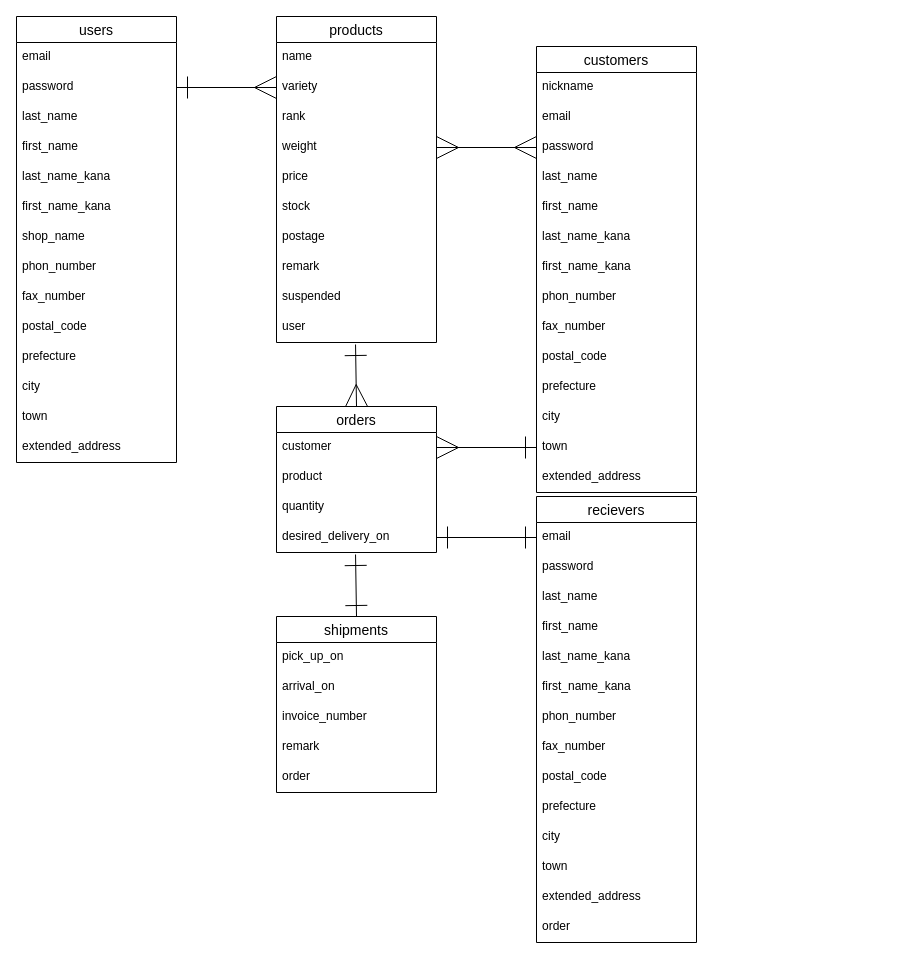
This is ERD.dio from satoru0725/pearsales2_app, a draw.io file, before an edit. Source tidied: cells renumbered, new cells numbered last; positions are measured from the earlier drawing's top-left corner, leaving out a move shared by most shapes. Both pictures are drawn from the tidied source at 100%, with x=0, y=0 at pixel (16, 16).
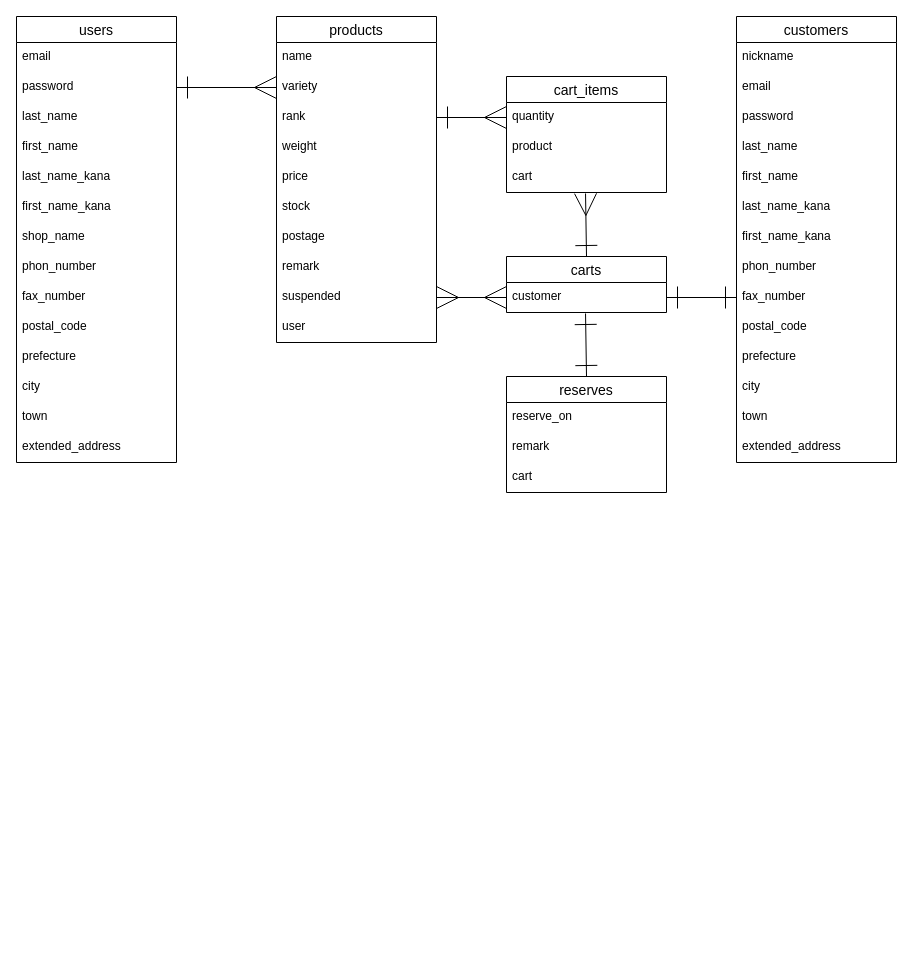
The same page after the edit.

Unchanged cells that the change refers to:
```xml
<mxCell id="4" value="password" style="text;strokeColor=none;fillColor=none;spacingLeft=4;spacingRight=4;overflow=hidden;points=[[0,0.5],[1,0.5]];portConstraint=eastwest;fontSize=12;" parent="2" vertex="1">
  <mxGeometry y="56" width="160" height="30" as="geometry" />
</mxCell>
<mxCell id="20" value="password" style="text;strokeColor=none;fillColor=none;spacingLeft=4;spacingRight=4;overflow=hidden;points=[[0,0.5],[1,0.5]];portConstraint=eastwest;fontSize=12;" parent="17" vertex="1">
  <mxGeometry y="86" width="160" height="30" as="geometry" />
</mxCell>
<mxCell id="26" value="fax_number" style="text;strokeColor=none;fillColor=none;spacingLeft=4;spacingRight=4;overflow=hidden;points=[[0,0.5],[1,0.5]];portConstraint=eastwest;fontSize=12;" parent="17" vertex="1">
  <mxGeometry y="266" width="160" height="30" as="geometry" />
</mxCell>
<mxCell id="30" value="town" style="text;strokeColor=none;fillColor=none;spacingLeft=4;spacingRight=4;overflow=hidden;points=[[0,0.5],[1,0.5]];portConstraint=eastwest;fontSize=12;" parent="17" vertex="1">
  <mxGeometry y="386" width="160" height="30" as="geometry" />
</mxCell>
<mxCell id="34" value="variety" style="text;strokeColor=none;fillColor=none;spacingLeft=4;spacingRight=4;overflow=hidden;points=[[0,0.5],[1,0.5]];portConstraint=eastwest;fontSize=12;" parent="32" vertex="1">
  <mxGeometry y="56" width="160" height="30" as="geometry" />
</mxCell>
<mxCell id="35" value="rank" style="text;strokeColor=none;fillColor=none;spacingLeft=4;spacingRight=4;overflow=hidden;points=[[0,0.5],[1,0.5]];portConstraint=eastwest;fontSize=12;" parent="32" vertex="1">
  <mxGeometry y="86" width="160" height="30" as="geometry" />
</mxCell>
<mxCell id="36" value="weight" style="text;strokeColor=none;fillColor=none;spacingLeft=4;spacingRight=4;overflow=hidden;points=[[0,0.5],[1,0.5]];portConstraint=eastwest;fontSize=12;" parent="32" vertex="1">
  <mxGeometry y="116" width="160" height="30" as="geometry" />
</mxCell>
<mxCell id="41" value="suspended" style="text;strokeColor=none;fillColor=none;spacingLeft=4;spacingRight=4;overflow=hidden;points=[[0,0.5],[1,0.5]];portConstraint=eastwest;fontSize=12;" parent="32" vertex="1">
  <mxGeometry y="266" width="160" height="30" as="geometry" />
</mxCell>
<mxCell id="42" value="user" style="text;strokeColor=none;fillColor=none;spacingLeft=4;spacingRight=4;overflow=hidden;points=[[0,0.5],[1,0.5]];portConstraint=eastwest;fontSize=12;" parent="32" vertex="1">
  <mxGeometry y="296" width="160" height="30" as="geometry" />
</mxCell>
```

Diff of the diagram source:
```diff
@@
     <mxCell id="17" value="customers" style="swimlane;fontStyle=0;horizontal=1;startSize=26;align=center;fontSize=14;" parent="1" vertex="1">
-      <mxGeometry x="520" y="30" width="160" height="446" as="geometry" />
+      <mxGeometry x="720" width="160" height="446" as="geometry" />
     </mxCell>
@@
-    <mxCell id="43" style="edgeStyle=none;html=1;exitX=0.5;exitY=0;exitDx=0;exitDy=0;entryX=0.494;entryY=1.067;entryDx=0;entryDy=0;entryPerimeter=0;startArrow=ERmany;startFill=0;endArrow=ERone;endFill=0;startSize=20;endSize=20;strokeWidth=1;" parent="1" edge="1" source="44" target="42">
-      <mxGeometry relative="1" as="geometry" />
-    </mxCell>
-    <mxCell id="44" value="orders" style="swimlane;fontStyle=0;horizontal=1;startSize=26;align=center;fontSize=14;" parent="1" vertex="1">
-      <mxGeometry x="260" y="390" width="160" height="146" as="geometry" />
-    </mxCell>
+    <mxCell id="71" style="edgeStyle=none;html=1;exitX=1;exitY=0.5;exitDx=0;exitDy=0;entryX=0;entryY=0.5;entryDx=0;entryDy=0;endArrow=ERmany;endFill=0;startSize=20;startArrow=ERone;startFill=0;strokeWidth=1;endSize=20;" parent="1" edge="1" source="4" target="34">
+      <mxGeometry relative="1" as="geometry" />
+    </mxCell>
+    <mxCell id="75" style="edgeStyle=none;html=1;exitX=0.5;exitY=0;exitDx=0;exitDy=0;entryX=0.494;entryY=1.033;entryDx=0;entryDy=0;entryPerimeter=0;startArrow=ERone;startFill=0;endArrow=ERmany;endFill=0;startSize=20;endSize=20;" parent="1" edge="1" source="76" target="78">
+      <mxGeometry relative="1" as="geometry" />
+    </mxCell>
+    <mxCell id="76" value="carts" style="swimlane;fontStyle=0;horizontal=1;startSize=26;align=center;fontSize=14;" parent="1" vertex="1">
+      <mxGeometry x="490" y="240" width="160" height="56" as="geometry" />
+    </mxCell>
-    <mxCell id="45" value="customer" style="text;strokeColor=none;fillColor=none;spacingLeft=4;spacingRight=4;overflow=hidden;points=[[0,0.5],[1,0.5]];portConstraint=eastwest;fontSize=12;" parent="44" vertex="1">
+    <mxCell id="45" value="customer" style="text;strokeColor=none;fillColor=none;spacingLeft=4;spacingRight=4;overflow=hidden;points=[[0,0.5],[1,0.5]];portConstraint=eastwest;fontSize=12;" parent="76" vertex="1">
       <mxGeometry y="26" width="160" height="30" as="geometry" />
     </mxCell>
+    <mxCell id="77" value="cart_items" style="swimlane;fontStyle=0;horizontal=1;startSize=26;align=center;fontSize=14;" parent="1" vertex="1">
+      <mxGeometry x="490" y="60" width="160" height="116" as="geometry" />
+    </mxCell>
+    <mxCell id="47" value="quantity" style="text;strokeColor=none;fillColor=none;spacingLeft=4;spacingRight=4;overflow=hidden;points=[[0,0.5],[1,0.5]];portConstraint=eastwest;fontSize=12;" parent="77" vertex="1">
+      <mxGeometry y="26" width="160" height="30" as="geometry" />
+    </mxCell>
-    <mxCell id="46" value="product" style="text;strokeColor=none;fillColor=none;spacingLeft=4;spacingRight=4;overflow=hidden;fontSize=12;" parent="44" vertex="1">
+    <mxCell id="46" value="product" style="text;strokeColor=none;fillColor=none;spacingLeft=4;spacingRight=4;overflow=hidden;fontSize=12;" parent="77" vertex="1">
       <mxGeometry y="56" width="160" height="30" as="geometry" />
     </mxCell>
-    <mxCell id="47" value="quantity" style="text;strokeColor=none;fillColor=none;spacingLeft=4;spacingRight=4;overflow=hidden;points=[[0,0.5],[1,0.5]];portConstraint=eastwest;fontSize=12;" parent="44" vertex="1">
-      <mxGeometry y="86" width="160" height="30" as="geometry" />
-    </mxCell>
-    <mxCell id="48" value="desired_delivery_on" style="text;strokeColor=none;fillColor=none;spacingLeft=4;spacingRight=4;overflow=hidden;points=[[0,0.5],[1,0.5]];portConstraint=eastwest;fontSize=12;" parent="44" vertex="1">
-      <mxGeometry y="116" width="160" height="30" as="geometry" />
-    </mxCell>
-    <mxCell id="49" style="edgeStyle=none;html=1;exitX=0.5;exitY=0;exitDx=0;exitDy=0;entryX=0.494;entryY=1.067;entryDx=0;entryDy=0;entryPerimeter=0;startArrow=ERone;startFill=0;endArrow=ERone;endFill=0;startSize=20;endSize=20;strokeWidth=1;" parent="1" edge="1" source="50" target="48">
-      <mxGeometry relative="1" as="geometry" />
-    </mxCell>
-    <mxCell id="50" value="shipments" style="swimlane;fontStyle=0;horizontal=1;startSize=26;align=center;fontSize=14;" parent="1" vertex="1">
-      <mxGeometry x="260" y="600" width="160" height="176" as="geometry" />
-    </mxCell>
-    <mxCell id="51" value="pick_up_on" style="text;strokeColor=none;fillColor=none;spacingLeft=4;spacingRight=4;overflow=hidden;fontSize=12;" parent="50" vertex="1">
-      <mxGeometry y="26" width="160" height="30" as="geometry" />
-    </mxCell>
-    <mxCell id="52" value="arrival_on" style="text;strokeColor=none;fillColor=none;spacingLeft=4;spacingRight=4;overflow=hidden;fontSize=12;" parent="50" vertex="1">
-      <mxGeometry y="56" width="160" height="30" as="geometry" />
-    </mxCell>
-    <mxCell id="53" value="invoice_number" style="text;strokeColor=none;fillColor=none;spacingLeft=4;spacingRight=4;overflow=hidden;fontSize=12;" parent="50" vertex="1">
-      <mxGeometry y="86" width="160" height="30" as="geometry" />
-    </mxCell>
+    <mxCell id="78" value="cart" style="text;strokeColor=none;fillColor=none;spacingLeft=4;spacingRight=4;overflow=hidden;points=[[0,0.5],[1,0.5]];portConstraint=eastwest;fontSize=12;" parent="77" vertex="1">
+      <mxGeometry y="86" width="160" height="30" as="geometry" />
+    </mxCell>
+    <mxCell id="79" style="edgeStyle=none;html=1;exitX=0.5;exitY=0;exitDx=0;exitDy=0;entryX=0.494;entryY=1.033;entryDx=0;entryDy=0;entryPerimeter=0;startArrow=ERone;startFill=0;endArrow=ERone;endFill=0;startSize=20;endSize=20;" parent="1" edge="1" source="80" target="45">
+      <mxGeometry relative="1" as="geometry" />
+    </mxCell>
+    <mxCell id="80" value="reserves" style="swimlane;fontStyle=0;horizontal=1;startSize=26;align=center;fontSize=14;" parent="1" vertex="1">
+      <mxGeometry x="490" y="360" width="160" height="116" as="geometry" />
+    </mxCell>
+    <mxCell id="81" value="reserve_on" style="text;strokeColor=none;fillColor=none;spacingLeft=4;spacingRight=4;overflow=hidden;fontSize=12;" parent="80" vertex="1">
+      <mxGeometry y="26" width="160" height="30" as="geometry" />
+    </mxCell>
-    <mxCell id="54" value="remark" style="text;strokeColor=none;fillColor=none;spacingLeft=4;spacingRight=4;overflow=hidden;fontSize=12;" parent="50" vertex="1">
-      <mxGeometry y="116" width="160" height="30" as="geometry" />
+    <mxCell id="54" value="remark" style="text;strokeColor=none;fillColor=none;spacingLeft=4;spacingRight=4;overflow=hidden;fontSize=12;" parent="80" vertex="1">
+      <mxGeometry y="56" width="160" height="30" as="geometry" />
     </mxCell>
-    <mxCell id="55" value="order" style="text;strokeColor=none;fillColor=none;spacingLeft=4;spacingRight=4;overflow=hidden;fontSize=12;" parent="50" vertex="1">
-      <mxGeometry y="146" width="160" height="30" as="geometry" />
-    </mxCell>
-    <mxCell id="56" value="recievers" style="swimlane;fontStyle=0;horizontal=1;startSize=26;align=center;fontSize=14;" parent="1" vertex="1">
-      <mxGeometry x="520" y="480" width="160" height="446" as="geometry" />
-    </mxCell>
-    <mxCell id="57" value="email" style="text;strokeColor=none;fillColor=none;spacingLeft=4;spacingRight=4;overflow=hidden;points=[[0,0.5],[1,0.5]];portConstraint=eastwest;fontSize=12;" parent="56" vertex="1">
-      <mxGeometry y="26" width="160" height="30" as="geometry" />
-    </mxCell>
-    <mxCell id="58" value="password" style="text;strokeColor=none;fillColor=none;spacingLeft=4;spacingRight=4;overflow=hidden;fontSize=12;" parent="56" vertex="1">
-      <mxGeometry y="56" width="160" height="30" as="geometry" />
-    </mxCell>
-    <mxCell id="59" value="last_name" style="text;strokeColor=none;fillColor=none;spacingLeft=4;spacingRight=4;overflow=hidden;fontSize=12;" parent="56" vertex="1">
-      <mxGeometry y="86" width="160" height="30" as="geometry" />
-    </mxCell>
-    <mxCell id="60" value="first_name" style="text;strokeColor=none;fillColor=none;spacingLeft=4;spacingRight=4;overflow=hidden;fontSize=12;" parent="56" vertex="1">
-      <mxGeometry y="116" width="160" height="30" as="geometry" />
-    </mxCell>
-    <mxCell id="61" value="last_name_kana" style="text;strokeColor=none;fillColor=none;spacingLeft=4;spacingRight=4;overflow=hidden;fontSize=12;" parent="56" vertex="1">
-      <mxGeometry y="146" width="160" height="30" as="geometry" />
-    </mxCell>
-    <mxCell id="62" value="first_name_kana" style="text;strokeColor=none;fillColor=none;spacingLeft=4;spacingRight=4;overflow=hidden;fontSize=12;" parent="56" vertex="1">
-      <mxGeometry y="176" width="160" height="30" as="geometry" />
-    </mxCell>
-    <mxCell id="63" value="phon_number" style="text;strokeColor=none;fillColor=none;spacingLeft=4;spacingRight=4;overflow=hidden;fontSize=12;" parent="56" vertex="1">
-      <mxGeometry y="206" width="160" height="30" as="geometry" />
-    </mxCell>
-    <mxCell id="64" value="fax_number" style="text;strokeColor=none;fillColor=none;spacingLeft=4;spacingRight=4;overflow=hidden;fontSize=12;" parent="56" vertex="1">
-      <mxGeometry y="236" width="160" height="30" as="geometry" />
-    </mxCell>
-    <mxCell id="65" value="postal_code" style="text;strokeColor=none;fillColor=none;spacingLeft=4;spacingRight=4;overflow=hidden;fontSize=12;" parent="56" vertex="1">
-      <mxGeometry y="266" width="160" height="30" as="geometry" />
-    </mxCell>
-    <mxCell id="66" value="prefecture" style="text;strokeColor=none;fillColor=none;spacingLeft=4;spacingRight=4;overflow=hidden;fontSize=12;" parent="56" vertex="1">
-      <mxGeometry y="296" width="160" height="30" as="geometry" />
-    </mxCell>
-    <mxCell id="67" value="city" style="text;strokeColor=none;fillColor=none;spacingLeft=4;spacingRight=4;overflow=hidden;fontSize=12;" parent="56" vertex="1">
-      <mxGeometry y="326" width="160" height="30" as="geometry" />
-    </mxCell>
-    <mxCell id="68" value="town" style="text;strokeColor=none;fillColor=none;spacingLeft=4;spacingRight=4;overflow=hidden;fontSize=12;" parent="56" vertex="1">
-      <mxGeometry y="356" width="160" height="30" as="geometry" />
-    </mxCell>
-    <mxCell id="69" value="extended_address" style="text;strokeColor=none;fillColor=none;spacingLeft=4;spacingRight=4;overflow=hidden;fontSize=12;" parent="56" vertex="1">
-      <mxGeometry y="386" width="160" height="30" as="geometry" />
-    </mxCell>
-    <mxCell id="70" value="order" style="text;strokeColor=none;fillColor=none;spacingLeft=4;spacingRight=4;overflow=hidden;fontSize=12;" parent="56" vertex="1">
-      <mxGeometry y="416" width="160" height="30" as="geometry" />
-    </mxCell>
-    <mxCell id="71" style="edgeStyle=none;html=1;exitX=1;exitY=0.5;exitDx=0;exitDy=0;entryX=0;entryY=0.5;entryDx=0;entryDy=0;endArrow=ERmany;endFill=0;startSize=20;startArrow=ERone;startFill=0;strokeWidth=1;endSize=20;" parent="1" edge="1" source="4" target="34">
-      <mxGeometry relative="1" as="geometry" />
-    </mxCell>
-    <mxCell id="72" style="edgeStyle=none;html=1;exitX=1;exitY=0.5;exitDx=0;exitDy=0;entryX=0;entryY=0.5;entryDx=0;entryDy=0;startArrow=ERmany;startFill=0;endArrow=ERmany;endFill=0;startSize=20;endSize=20;strokeWidth=1;" parent="1" edge="1" source="36" target="20">
-      <mxGeometry relative="1" as="geometry" />
-    </mxCell>
-    <mxCell id="73" style="edgeStyle=none;html=1;exitX=0;exitY=0.5;exitDx=0;exitDy=0;entryX=1;entryY=0.5;entryDx=0;entryDy=0;startArrow=ERone;startFill=0;endArrow=ERmany;endFill=0;startSize=20;endSize=20;strokeWidth=1;" parent="1" edge="1" source="30" target="45">
-      <mxGeometry relative="1" as="geometry" />
-    </mxCell>
-    <mxCell id="74" style="edgeStyle=none;html=1;exitX=1;exitY=0.5;exitDx=0;exitDy=0;entryX=0;entryY=0.5;entryDx=0;entryDy=0;startArrow=ERone;startFill=0;endArrow=ERone;endFill=0;startSize=20;endSize=20;strokeWidth=1;" parent="1" edge="1" source="48" target="57">
-      <mxGeometry relative="1" as="geometry" />
-    </mxCell>
+    <mxCell id="82" value="cart" style="text;strokeColor=none;fillColor=none;spacingLeft=4;spacingRight=4;overflow=hidden;fontSize=12;" parent="80" vertex="1">
+      <mxGeometry y="86" width="160" height="30" as="geometry" />
+    </mxCell>
+    <mxCell id="83" style="edgeStyle=none;html=1;exitX=1;exitY=0.5;exitDx=0;exitDy=0;entryX=0;entryY=0.5;entryDx=0;entryDy=0;endSize=20;startSize=20;endArrow=ERone;endFill=0;startArrow=ERone;startFill=0;" parent="1" edge="1" source="45" target="26">
+      <mxGeometry relative="1" as="geometry" />
+    </mxCell>
+    <mxCell id="84" style="edgeStyle=none;html=1;exitX=1;exitY=0.5;exitDx=0;exitDy=0;entryX=0;entryY=0.5;entryDx=0;entryDy=0;startArrow=ERone;startFill=0;endArrow=ERmany;endFill=0;startSize=20;endSize=20;" parent="1" edge="1" source="35" target="47">
+      <mxGeometry relative="1" as="geometry" />
+    </mxCell>
+    <mxCell id="85" style="edgeStyle=none;html=1;exitX=1;exitY=0.5;exitDx=0;exitDy=0;entryX=0;entryY=0.5;entryDx=0;entryDy=0;startArrow=ERmany;startFill=0;endArrow=ERmany;endFill=0;startSize=20;endSize=20;" parent="1" edge="1" source="41" target="45">
+      <mxGeometry relative="1" as="geometry" />
+    </mxCell>
```
